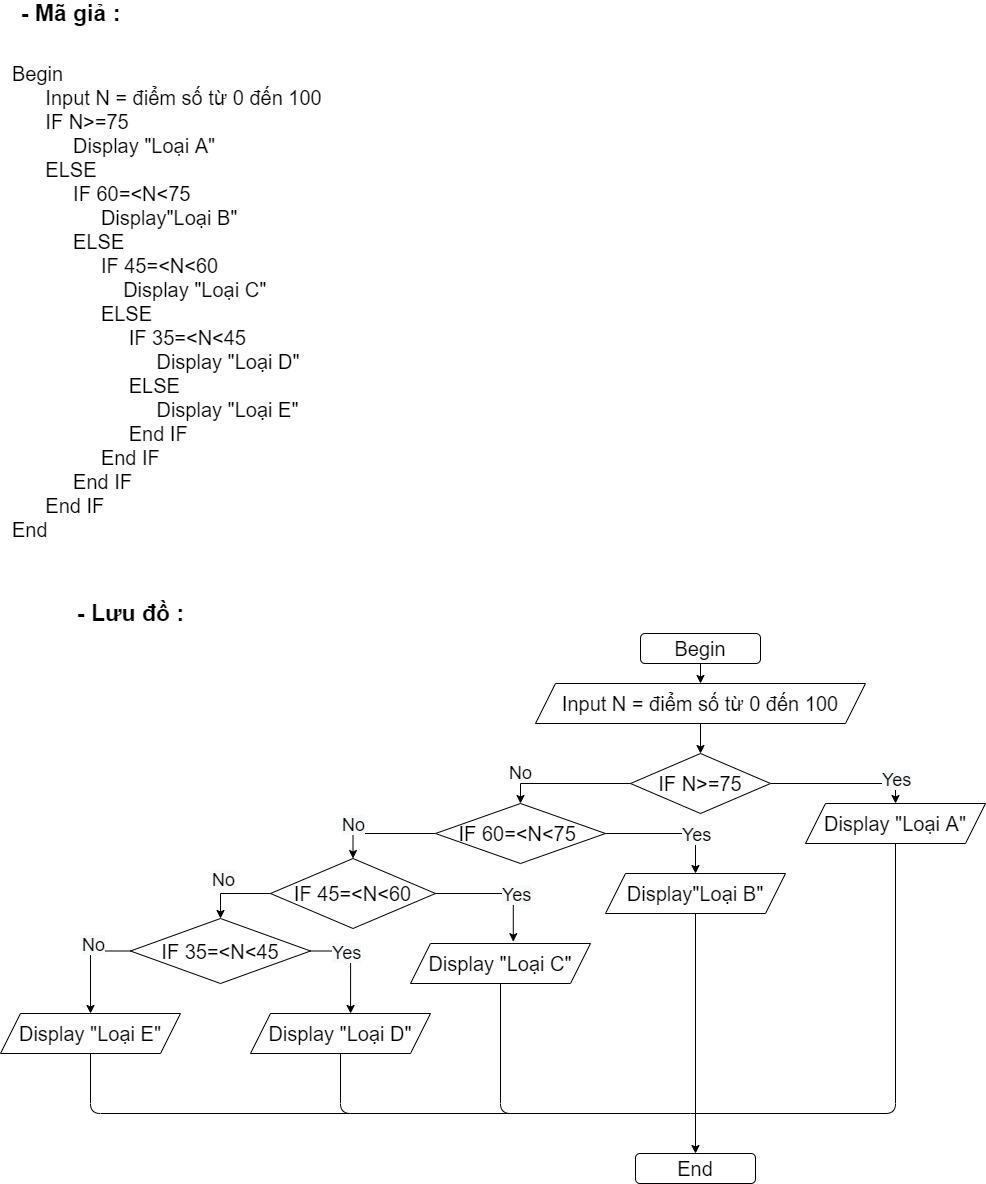
Earlier version of the draw.io export Bai3_pseudocode_flow_chart/bai_tap/ThuatToanCoCauTrucDieuKien.png (vutrongduong/C0921G1-V-Tr-ng-D-ng). Source tidied: cells renumbered, new cells last; positions are measured from the earlier drawing's top-left corner, leaving out a move shared by most shapes.
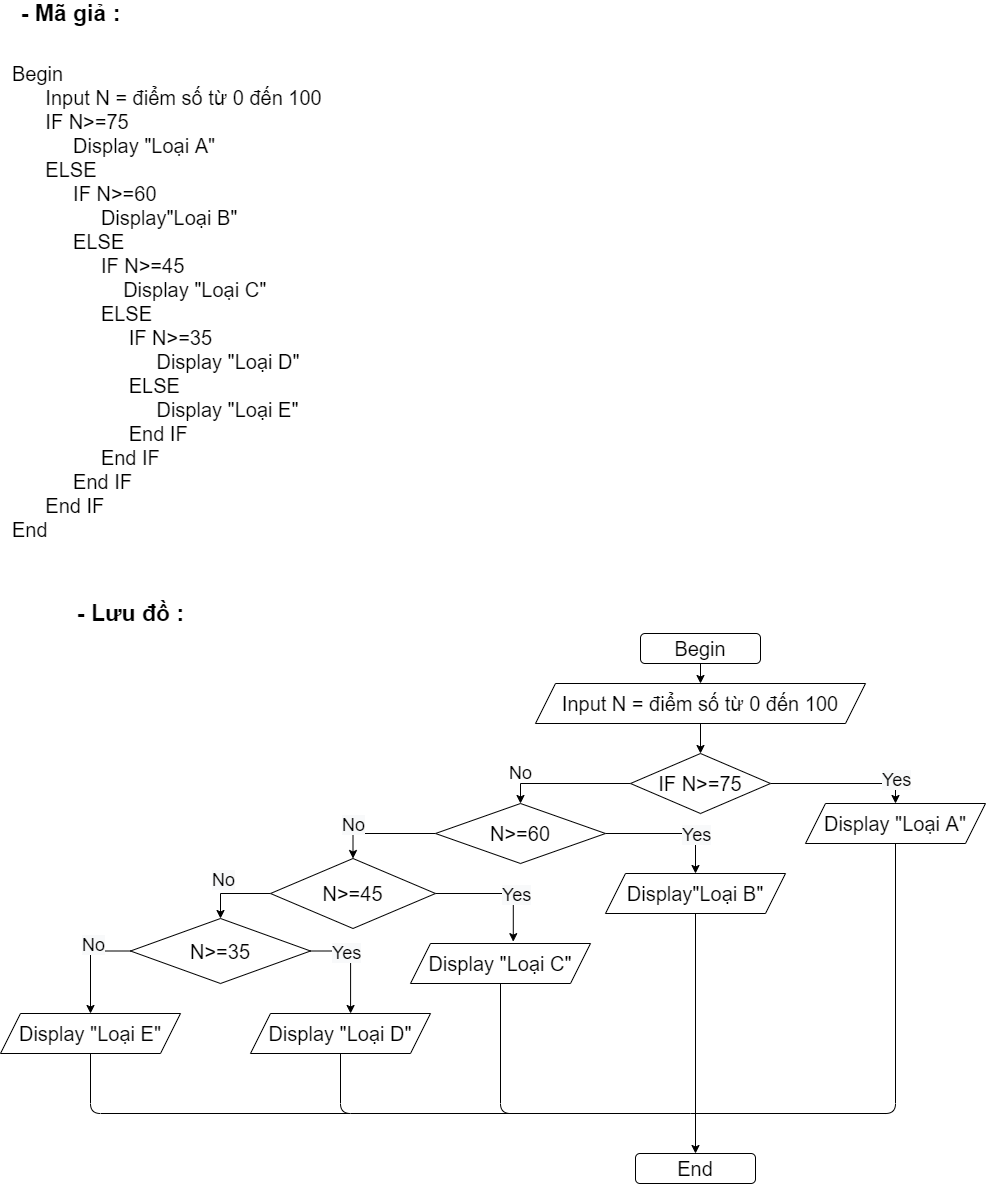
After the commit.

Diff of the diagram source:
```diff
@@ -2,7 +2,7 @@
   <root>
     <mxCell id="0" />
     <mxCell id="1" parent="0" />
-    <mxCell id="2" value="&lt;font style=&quot;font-size: 20px&quot;&gt;Begin&lt;br&gt;&amp;nbsp; &amp;nbsp; &amp;nbsp; Input N = điểm số từ 0 đến 100&lt;br&gt;&amp;nbsp; &amp;nbsp; &amp;nbsp; IF N&amp;gt;=75&lt;br&gt;&amp;nbsp; &amp;nbsp; &amp;nbsp; &amp;nbsp; &amp;nbsp; &amp;nbsp;Display &quot;Loại A&quot;&lt;br&gt;&amp;nbsp; &amp;nbsp; &amp;nbsp; ELSE&amp;nbsp;&lt;br&gt;&amp;nbsp; &amp;nbsp; &amp;nbsp; &amp;nbsp; &amp;nbsp; &amp;nbsp;IF 60=&amp;lt;N&amp;lt;75&amp;nbsp;&lt;br&gt;&amp;nbsp; &amp;nbsp; &amp;nbsp; &amp;nbsp; &amp;nbsp; &amp;nbsp; &amp;nbsp; &amp;nbsp; Display&quot;Loại B&quot;&lt;br&gt;&amp;nbsp; &amp;nbsp; &amp;nbsp; &amp;nbsp; &amp;nbsp; &amp;nbsp;ELSE&lt;br&gt;&amp;nbsp; &amp;nbsp; &amp;nbsp; &amp;nbsp; &amp;nbsp; &amp;nbsp; &amp;nbsp; &amp;nbsp; IF 45=&amp;lt;N&amp;lt;60&lt;br&gt;&amp;nbsp; &amp;nbsp; &amp;nbsp; &amp;nbsp; &amp;nbsp; &amp;nbsp; &amp;nbsp; &amp;nbsp; &amp;nbsp; &amp;nbsp; Display &quot;Loại C&quot;&lt;br&gt;&amp;nbsp; &amp;nbsp; &amp;nbsp; &amp;nbsp; &amp;nbsp; &amp;nbsp; &amp;nbsp; &amp;nbsp; ELSE&amp;nbsp;&lt;br&gt;&amp;nbsp; &amp;nbsp; &amp;nbsp; &amp;nbsp; &amp;nbsp; &amp;nbsp; &amp;nbsp; &amp;nbsp; &amp;nbsp; &amp;nbsp; &amp;nbsp;IF 35=&amp;lt;N&amp;lt;45&lt;br&gt;&amp;nbsp; &amp;nbsp; &amp;nbsp; &amp;nbsp; &amp;nbsp; &amp;nbsp; &amp;nbsp; &amp;nbsp; &amp;nbsp; &amp;nbsp; &amp;nbsp; &amp;nbsp; &amp;nbsp; Display &quot;Loại D&quot;&lt;br&gt;&amp;nbsp; &amp;nbsp; &amp;nbsp; &amp;nbsp; &amp;nbsp; &amp;nbsp; &amp;nbsp; &amp;nbsp; &amp;nbsp; &amp;nbsp; &amp;nbsp;ELSE&lt;br&gt;&amp;nbsp; &amp;nbsp; &amp;nbsp; &amp;nbsp; &amp;nbsp; &amp;nbsp; &amp;nbsp; &amp;nbsp; &amp;nbsp; &amp;nbsp; &amp;nbsp; &amp;nbsp; &amp;nbsp; Display &quot;Loại E&quot;&lt;br&gt;&amp;nbsp; &amp;nbsp; &amp;nbsp; &amp;nbsp; &amp;nbsp; &amp;nbsp; &amp;nbsp; &amp;nbsp; &amp;nbsp; &amp;nbsp; &amp;nbsp;End IF&lt;br&gt;&amp;nbsp; &amp;nbsp; &amp;nbsp; &amp;nbsp; &amp;nbsp; &amp;nbsp; &amp;nbsp; &amp;nbsp; End IF&lt;br&gt;&amp;nbsp; &amp;nbsp; &amp;nbsp; &amp;nbsp; &amp;nbsp; &amp;nbsp;End IF&lt;br&gt;&amp;nbsp; &amp;nbsp; &amp;nbsp; End IF&lt;br&gt;End&lt;br&gt;&amp;nbsp; &amp;nbsp;&amp;nbsp;&lt;br&gt;&lt;/font&gt;" style="text;html=1;align=left;verticalAlign=middle;strokeColor=none;fillColor=none;" parent="1" vertex="1">
+    <mxCell id="2" value="&lt;font style=&quot;font-size: 20px&quot;&gt;Begin&lt;br&gt;&amp;nbsp; &amp;nbsp; &amp;nbsp; Input N = điểm số từ 0 đến 100&lt;br&gt;&amp;nbsp; &amp;nbsp; &amp;nbsp; IF N&amp;gt;=75&lt;br&gt;&amp;nbsp; &amp;nbsp; &amp;nbsp; &amp;nbsp; &amp;nbsp; &amp;nbsp;Display &quot;Loại A&quot;&lt;br&gt;&amp;nbsp; &amp;nbsp; &amp;nbsp; ELSE&amp;nbsp;&lt;br&gt;&amp;nbsp; &amp;nbsp; &amp;nbsp; &amp;nbsp; &amp;nbsp; &amp;nbsp;IF N&amp;gt;=60&amp;nbsp;&lt;br&gt;&amp;nbsp; &amp;nbsp; &amp;nbsp; &amp;nbsp; &amp;nbsp; &amp;nbsp; &amp;nbsp; &amp;nbsp; Display&quot;Loại B&quot;&lt;br&gt;&amp;nbsp; &amp;nbsp; &amp;nbsp; &amp;nbsp; &amp;nbsp; &amp;nbsp;ELSE&lt;br&gt;&amp;nbsp; &amp;nbsp; &amp;nbsp; &amp;nbsp; &amp;nbsp; &amp;nbsp; &amp;nbsp; &amp;nbsp; IF N&amp;gt;=45&lt;br&gt;&amp;nbsp; &amp;nbsp; &amp;nbsp; &amp;nbsp; &amp;nbsp; &amp;nbsp; &amp;nbsp; &amp;nbsp; &amp;nbsp; &amp;nbsp; Display &quot;Loại C&quot;&lt;br&gt;&amp;nbsp; &amp;nbsp; &amp;nbsp; &amp;nbsp; &amp;nbsp; &amp;nbsp; &amp;nbsp; &amp;nbsp; ELSE&amp;nbsp;&lt;br&gt;&amp;nbsp; &amp;nbsp; &amp;nbsp; &amp;nbsp; &amp;nbsp; &amp;nbsp; &amp;nbsp; &amp;nbsp; &amp;nbsp; &amp;nbsp; &amp;nbsp;IF N&amp;gt;=35&lt;br&gt;&amp;nbsp; &amp;nbsp; &amp;nbsp; &amp;nbsp; &amp;nbsp; &amp;nbsp; &amp;nbsp; &amp;nbsp; &amp;nbsp; &amp;nbsp; &amp;nbsp; &amp;nbsp; &amp;nbsp; Display &quot;Loại D&quot;&lt;br&gt;&amp;nbsp; &amp;nbsp; &amp;nbsp; &amp;nbsp; &amp;nbsp; &amp;nbsp; &amp;nbsp; &amp;nbsp; &amp;nbsp; &amp;nbsp; &amp;nbsp;ELSE&lt;br&gt;&amp;nbsp; &amp;nbsp; &amp;nbsp; &amp;nbsp; &amp;nbsp; &amp;nbsp; &amp;nbsp; &amp;nbsp; &amp;nbsp; &amp;nbsp; &amp;nbsp; &amp;nbsp; &amp;nbsp; Display &quot;Loại E&quot;&lt;br&gt;&amp;nbsp; &amp;nbsp; &amp;nbsp; &amp;nbsp; &amp;nbsp; &amp;nbsp; &amp;nbsp; &amp;nbsp; &amp;nbsp; &amp;nbsp; &amp;nbsp;End IF&lt;br&gt;&amp;nbsp; &amp;nbsp; &amp;nbsp; &amp;nbsp; &amp;nbsp; &amp;nbsp; &amp;nbsp; &amp;nbsp; End IF&lt;br&gt;&amp;nbsp; &amp;nbsp; &amp;nbsp; &amp;nbsp; &amp;nbsp; &amp;nbsp;End IF&lt;br&gt;&amp;nbsp; &amp;nbsp; &amp;nbsp; End IF&lt;br&gt;End&lt;br&gt;&amp;nbsp; &amp;nbsp;&amp;nbsp;&lt;br&gt;&lt;/font&gt;" style="text;html=1;align=left;verticalAlign=middle;strokeColor=none;fillColor=none;" parent="1" vertex="1">
       <mxGeometry x="10" y="140" width="330" height="340" as="geometry" />
     </mxCell>
     <mxCell id="3" style="edgeStyle=orthogonalEdgeStyle;rounded=0;jettySize=auto;html=1;exitX=0.5;exitY=1;exitDx=0;exitDy=0;entryX=0.5;entryY=0;entryDx=0;entryDy=0;" parent="1" edge="1" source="4" target="6">
@@ -35,7 +35,7 @@
     <mxCell id="12" style="edgeStyle=orthogonalEdgeStyle;rounded=0;jettySize=auto;html=1;exitX=0;exitY=0.5;exitDx=0;exitDy=0;entryX=0.5;entryY=0;entryDx=0;entryDy=0;" parent="1" edge="1" source="13" target="17">
       <mxGeometry relative="1" as="geometry" />
     </mxCell>
-    <mxCell id="13" value="&lt;span style=&quot;font-size: 20px ; text-align: left&quot;&gt;IF 60=&amp;lt;N&amp;lt;75&amp;nbsp;&lt;/span&gt;" style="rhombus;whiteSpace=wrap;html=1;" parent="1" vertex="1">
+    <mxCell id="13" value="&lt;span style=&quot;font-size: 20px ; text-align: left&quot;&gt;N&amp;gt;=60&lt;/span&gt;" style="rhombus;whiteSpace=wrap;html=1;" parent="1" vertex="1">
       <mxGeometry x="435" y="800" width="170" height="60" as="geometry" />
     </mxCell>
     <mxCell id="14" value="&lt;span style=&quot;font-size: 20px ; text-align: left&quot;&gt;Display&quot;Loại B&quot;&lt;/span&gt;" style="shape=parallelogram;perimeter=parallelogramPerimeter;whiteSpace=wrap;html=1;fixedSize=1;" parent="1" vertex="1">
@@ -47,7 +47,7 @@
     <mxCell id="16" style="edgeStyle=orthogonalEdgeStyle;rounded=0;jettySize=auto;html=1;exitX=0;exitY=0.5;exitDx=0;exitDy=0;entryX=0.5;entryY=0;entryDx=0;entryDy=0;" parent="1" edge="1" source="17" target="21">
       <mxGeometry relative="1" as="geometry" />
     </mxCell>
-    <mxCell id="17" value="&lt;span style=&quot;font-size: 20px ; text-align: left&quot;&gt;IF 45=&amp;lt;N&amp;lt;60&lt;/span&gt;" style="rhombus;whiteSpace=wrap;html=1;" parent="1" vertex="1">
+    <mxCell id="17" value="&lt;span style=&quot;font-size: 20px ; text-align: left&quot;&gt;N&amp;gt;=45&lt;/span&gt;" style="rhombus;whiteSpace=wrap;html=1;" parent="1" vertex="1">
       <mxGeometry x="270" y="855" width="165" height="70" as="geometry" />
     </mxCell>
     <mxCell id="18" value="&lt;span style=&quot;font-size: 20px ; text-align: left&quot;&gt;Display &quot;Loại C&quot;&lt;/span&gt;" style="shape=parallelogram;perimeter=parallelogramPerimeter;whiteSpace=wrap;html=1;fixedSize=1;" parent="1" vertex="1">
@@ -59,7 +59,7 @@
     <mxCell id="20" style="edgeStyle=orthogonalEdgeStyle;rounded=0;jettySize=auto;html=1;exitX=0;exitY=0.5;exitDx=0;exitDy=0;" parent="1" edge="1" source="21" target="23">
       <mxGeometry relative="1" as="geometry" />
     </mxCell>
-    <mxCell id="21" value="&lt;span style=&quot;font-size: 20px ; text-align: left&quot;&gt;IF 35=&amp;lt;N&amp;lt;45&lt;/span&gt;" style="rhombus;whiteSpace=wrap;html=1;" parent="1" vertex="1">
+    <mxCell id="21" value="&lt;span style=&quot;font-size: 20px ; text-align: left&quot;&gt;N&amp;gt;=35&lt;/span&gt;" style="rhombus;whiteSpace=wrap;html=1;" parent="1" vertex="1">
       <mxGeometry x="130" y="915" width="180" height="65" as="geometry" />
     </mxCell>
     <mxCell id="22" value="&lt;span style=&quot;font-size: 20px ; text-align: left&quot;&gt;Display &quot;Loại D&quot;&lt;/span&gt;" style="shape=parallelogram;perimeter=parallelogramPerimeter;whiteSpace=wrap;html=1;fixedSize=1;" parent="1" vertex="1">
```
